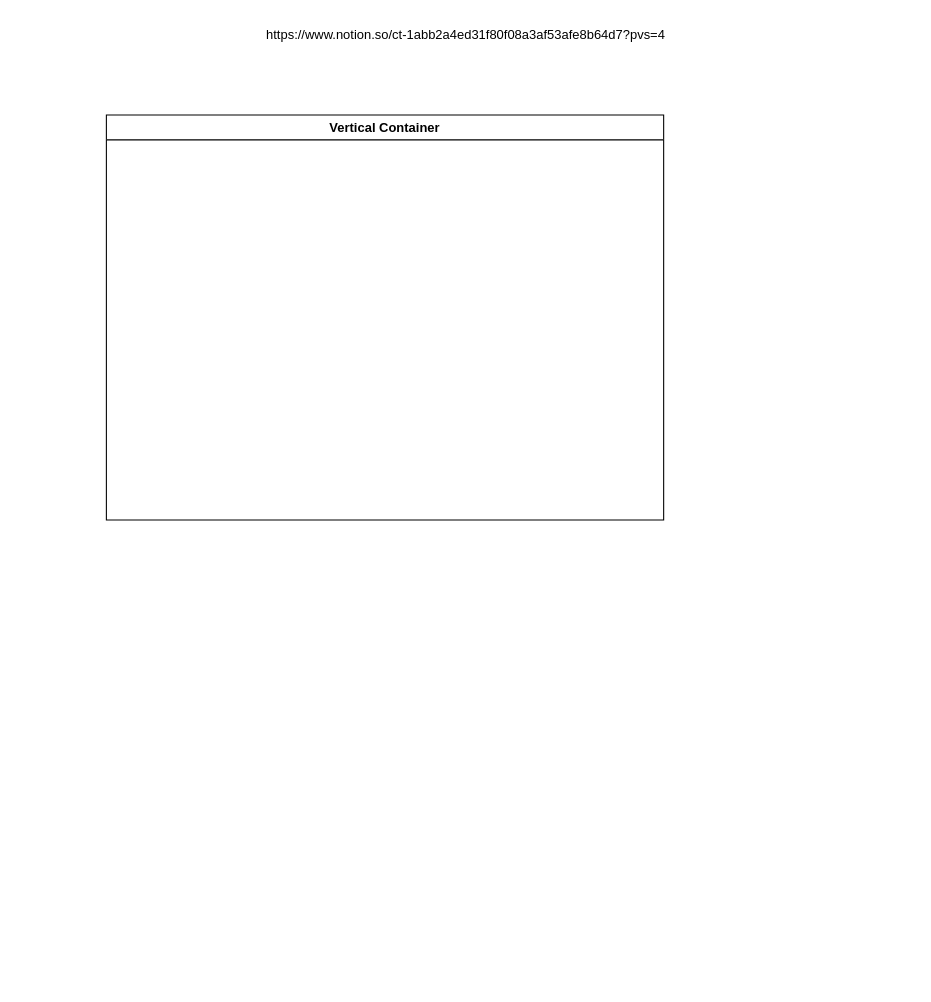
The draw.io diagram bai_lam.drawio in zalexdevon/plant_disease_classifier_new, before the edit. Source tidied: cells renumbered, new cells numbered last; positions are measured from the earlier drawing's top-left corner, leaving out a move shared by most shapes. Both pictures are drawn from the tidied source at 108%, with x=0, y=0 at pixel (18, 18).
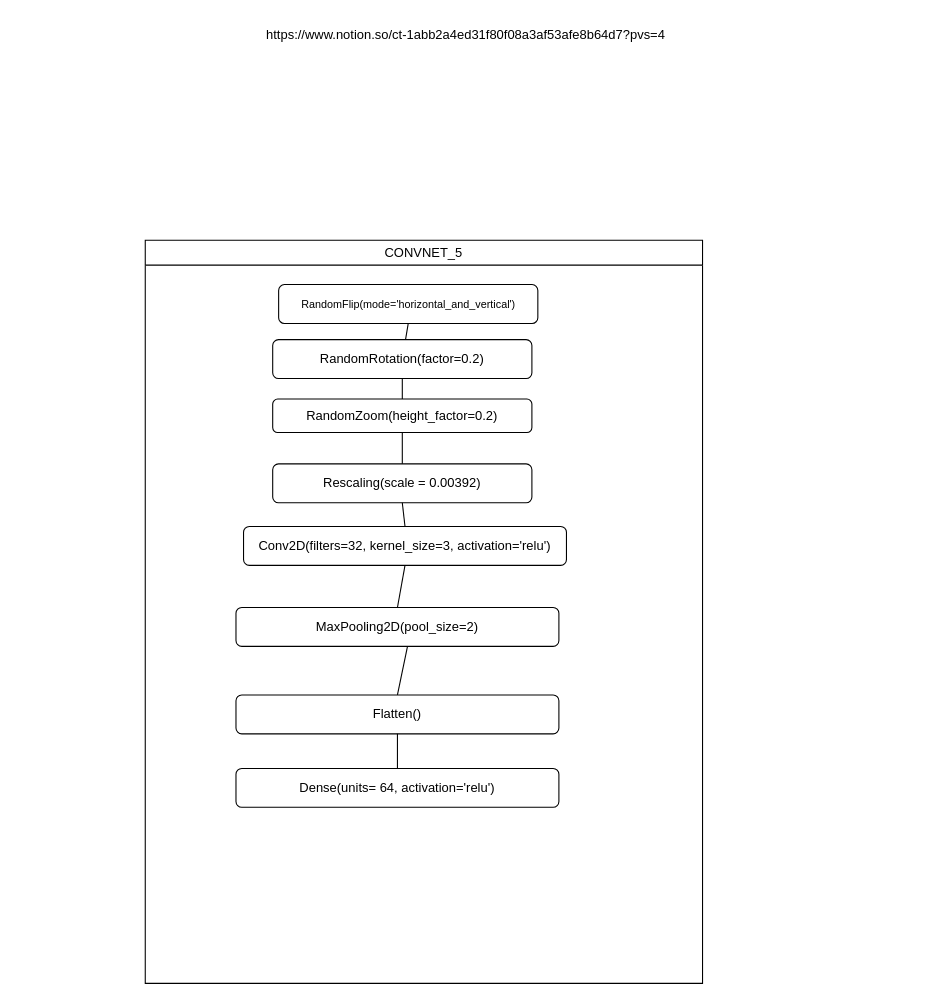
The same page after the edit.

Change to the diagram source:
```diff
@@
 <mxGraphModel>
   <root>
     <mxCell id="0" />
     <mxCell id="1" parent="0" />
     <mxCell id="2" value="https://www.notion.so/ct-1abb2a4ed31f80f08a3af53afe8b64d7?pvs=4" style="text;html=1;align=center;verticalAlign=middle;whiteSpace=wrap;rounded=0;" parent="1" vertex="1">
       <mxGeometry width="828" height="30" as="geometry" />
     </mxCell>
-    <mxCell id="3" value="Vertical Container" style="swimlane;whiteSpace=wrap;html=1;" parent="1" vertex="1">
-      <mxGeometry x="81" y="89" width="516" height="375" as="geometry" />
+    <mxCell id="3" value="&lt;span style=&quot;font-weight: normal;&quot;&gt;CONVNET_5&lt;/span&gt;" style="swimlane;whiteSpace=wrap;html=1;startSize=23;" parent="1" vertex="1">
+      <mxGeometry x="117" y="205" width="516" height="688" as="geometry" />
     </mxCell>
+    <mxCell id="4" value="&lt;font style=&quot;font-size: 10px;&quot;&gt;RandomFlip(mode='horizontal_and_vertical')&lt;/font&gt;" style="rounded=1;whiteSpace=wrap;html=1;" parent="3" vertex="1">
+      <mxGeometry x="123.5" y="41" width="240" height="36" as="geometry" />
+    </mxCell>
+    <mxCell id="5" value="RandomRotation(factor=0.2)" style="rounded=1;whiteSpace=wrap;html=1;" parent="3" vertex="1">
+      <mxGeometry x="118" y="92" width="240" height="36" as="geometry" />
+    </mxCell>
+    <mxCell id="6" value="RandomZoom(height_factor=0.2)" style="rounded=1;whiteSpace=wrap;html=1;" parent="3" vertex="1">
+      <mxGeometry x="118" y="147" width="240" height="31" as="geometry" />
+    </mxCell>
+    <mxCell id="7" value="Rescaling(scale = 0.00392)" style="rounded=1;whiteSpace=wrap;html=1;" parent="3" vertex="1">
+      <mxGeometry x="118" y="207" width="240" height="36" as="geometry" />
+    </mxCell>
+    <mxCell id="8" value="Conv2D(filters=32, kernel_size=3, activation='relu')" style="rounded=1;whiteSpace=wrap;html=1;" parent="3" vertex="1">
+      <mxGeometry x="91" y="265" width="299" height="36" as="geometry" />
+    </mxCell>
+    <mxCell id="9" value="Flatten()" style="rounded=1;whiteSpace=wrap;html=1;" parent="3" vertex="1">
+      <mxGeometry x="84" y="421" width="299" height="36" as="geometry" />
+    </mxCell>
+    <mxCell id="10" value="Dense(units=  64, activation='relu')" style="rounded=1;whiteSpace=wrap;html=1;" parent="3" vertex="1">
+      <mxGeometry x="84" y="489" width="299" height="36" as="geometry" />
+    </mxCell>
+    <mxCell id="11" style="endArrow=none;html=1;rounded=0;entryX=0.5;entryY=1;entryDx=0;entryDy=0;" parent="3" edge="1" source="5" target="4">
+      <mxGeometry relative="1" as="geometry" />
+    </mxCell>
+    <mxCell id="12" style="endArrow=none;html=1;rounded=0;entryX=0.5;entryY=1;entryDx=0;entryDy=0;exitX=0.5;exitY=0;exitDx=0;exitDy=0;" parent="3" edge="1" source="6" target="5">
+      <mxGeometry relative="1" as="geometry" />
+    </mxCell>
+    <mxCell id="13" style="endArrow=none;html=1;rounded=0;entryX=0.5;entryY=0;entryDx=0;entryDy=0;exitX=0.5;exitY=1;exitDx=0;exitDy=0;" parent="3" edge="1" source="7" target="8">
+      <mxGeometry relative="1" as="geometry" />
+    </mxCell>
+    <mxCell id="14" style="endArrow=none;html=1;rounded=0;entryX=0.5;entryY=1;entryDx=0;entryDy=0;exitX=0.5;exitY=0;exitDx=0;exitDy=0;" parent="3" edge="1" source="7" target="6">
+      <mxGeometry relative="1" as="geometry" />
+    </mxCell>
+    <mxCell id="15" style="endArrow=none;html=1;rounded=0;entryX=0.5;entryY=1;entryDx=0;entryDy=0;exitX=0.5;exitY=0;exitDx=0;exitDy=0;" parent="3" edge="1" source="17" target="8">
+      <mxGeometry relative="1" as="geometry" />
+    </mxCell>
+    <mxCell id="16" style="endArrow=none;html=1;rounded=0;entryX=0.5;entryY=1;entryDx=0;entryDy=0;" parent="3" edge="1" source="10" target="9">
+      <mxGeometry relative="1" as="geometry" />
+    </mxCell>
+    <mxCell id="17" value="MaxPooling2D(pool_size=2)" style="rounded=1;whiteSpace=wrap;html=1;" parent="3" vertex="1">
+      <mxGeometry x="84" y="340" width="299" height="36" as="geometry" />
+    </mxCell>
+    <mxCell id="18" style="endArrow=none;html=1;rounded=0;entryX=0.531;entryY=1.009;entryDx=0;entryDy=0;exitX=0.5;exitY=0;exitDx=0;exitDy=0;entryPerimeter=0;" parent="3" edge="1" source="9" target="17">
+      <mxGeometry relative="1" as="geometry" />
+    </mxCell>
   </root>
 </mxGraphModel>
```
